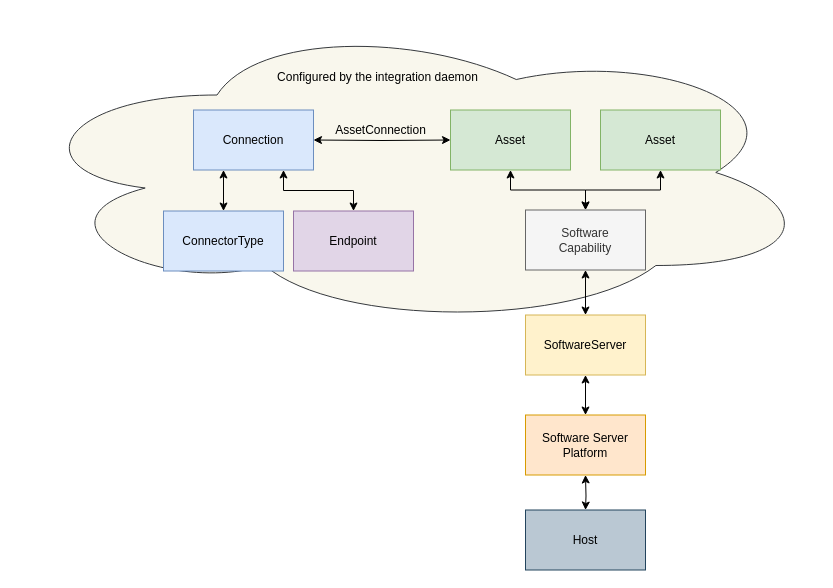
This is page "software-capabilities" (9 of 16) of site/docs/services/omas/it-infrastructure/it-infrastructure-omas.drawio from odpi/egeria-docs, a draw.io file, before an edit. Source tidied: cells renumbered, new cells numbered last; positions are measured from the earlier drawing's top-left corner, leaving out a move shared by most shapes. Both pictures are drawn from the tidied source at 100%, with x=0, y=0 at pixel (17, 17).
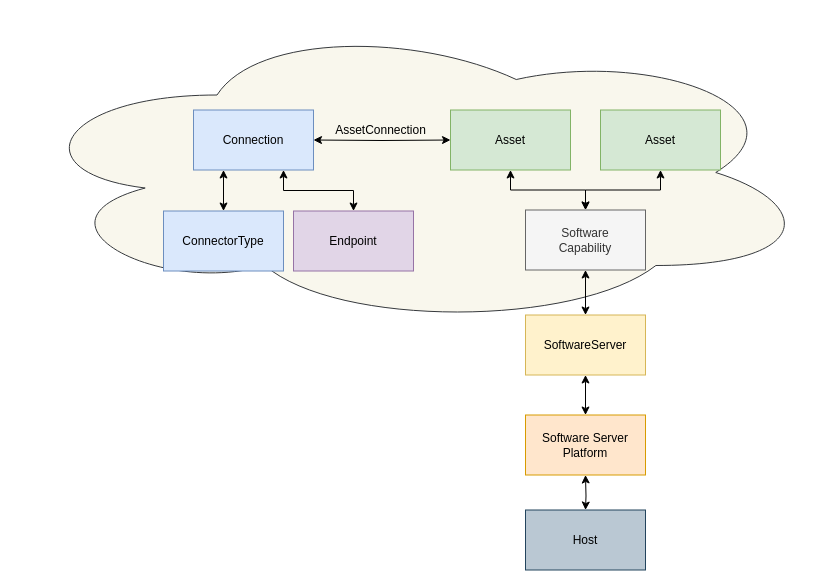
After the change.

Diff of the diagram source:
```diff
@@
-    <mxCell id="21" value="Configured by the integration daemon" style="text;html=1;align=center;verticalAlign=middle;strokeColor=none;" parent="1" vertex="1">
-      <mxGeometry x="250" y="50" width="220" height="20" as="geometry" />
-    </mxCell>
```
